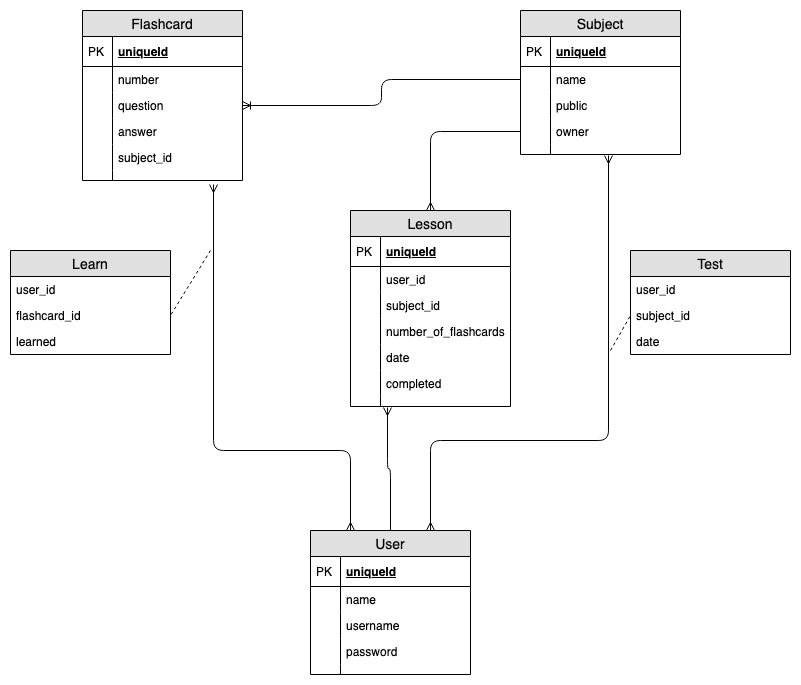
This is docs/img/database_uml.png from acsibacsi/tancify, a draw.io export, as it was before one commit. Source tidied: cells renumbered, new cells last; positions are measured from the earlier drawing's top-left corner, leaving out a move shared by most shapes.
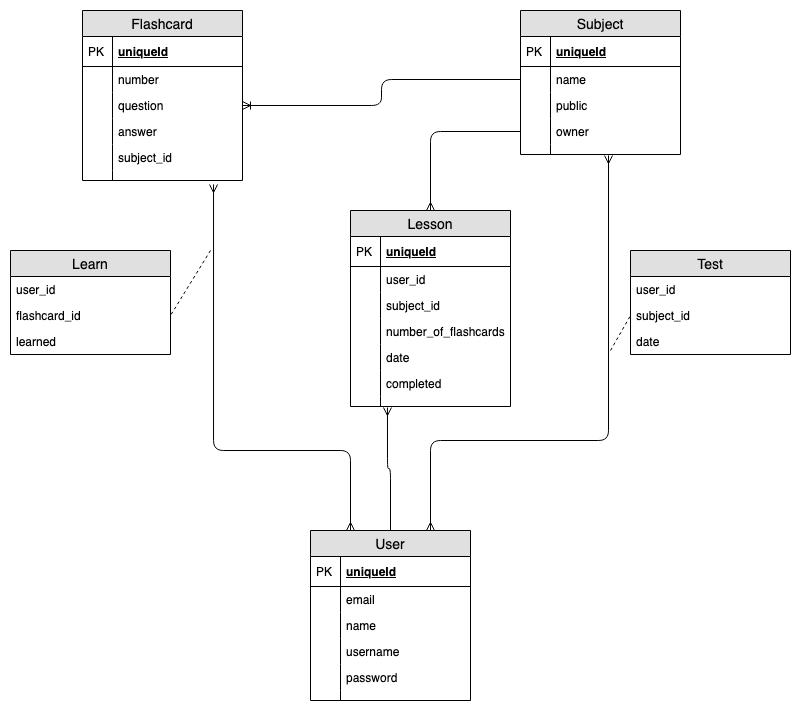
After the change.

What changed in the source:
```diff
@@ -78,7 +78,7 @@
       <mxGeometry relative="1" as="geometry" />
     </mxCell>
     <mxCell id="27" value="User" style="swimlane;fontStyle=0;horizontal=1;startSize=26;fillColor=#e0e0e0;swimlaneFillColor=#ffffff;align=center;fontSize=14;" parent="1" vertex="1">
-      <mxGeometry x="300" y="520" width="160" height="144" as="geometry" />
+      <mxGeometry x="300" y="520" width="160" height="170" as="geometry" />
     </mxCell>
     <mxCell id="28" value="uniqueId" style="shape=partialRectangle;top=0;left=0;right=0;bottom=1;align=left;verticalAlign=middle;fillColor=none;spacingLeft=34;spacingRight=4;overflow=hidden;fontStyle=5;fontSize=12;" parent="27" vertex="1">
       <mxGeometry y="26" width="160" height="30" as="geometry" />
@@ -86,26 +86,32 @@
     <mxCell id="29" value="PK" style="shape=partialRectangle;top=0;left=0;bottom=0;fillColor=none;align=left;verticalAlign=middle;spacingLeft=4;spacingRight=4;overflow=hidden;fontSize=12;" parent="28" vertex="1">
       <mxGeometry width="30" height="30" as="geometry" />
     </mxCell>
+    <mxCell id="67" value="email" style="shape=partialRectangle;top=0;left=0;right=0;bottom=0;align=left;verticalAlign=top;fillColor=none;spacingLeft=34;spacingRight=4;overflow=hidden;fontSize=12;" parent="27" vertex="1">
+      <mxGeometry y="56" width="160" height="26" as="geometry" />
+    </mxCell>
+    <mxCell id="68" style="shape=partialRectangle;top=0;left=0;bottom=0;fillColor=none;align=left;verticalAlign=top;spacingLeft=4;spacingRight=4;overflow=hidden;fontSize=12;" parent="67" vertex="1">
+      <mxGeometry width="30" height="26" as="geometry" />
+    </mxCell>
     <mxCell id="30" value="name" style="shape=partialRectangle;top=0;left=0;right=0;bottom=0;align=left;verticalAlign=top;fillColor=none;spacingLeft=34;spacingRight=4;overflow=hidden;fontSize=12;" parent="27" vertex="1">
-      <mxGeometry y="56" width="160" height="26" as="geometry" />
+      <mxGeometry y="82" width="160" height="26" as="geometry" />
     </mxCell>
     <mxCell id="31" style="shape=partialRectangle;top=0;left=0;bottom=0;fillColor=none;align=left;verticalAlign=top;spacingLeft=4;spacingRight=4;overflow=hidden;fontSize=12;" parent="30" vertex="1">
       <mxGeometry width="30" height="26" as="geometry" />
     </mxCell>
     <mxCell id="32" value="username" style="shape=partialRectangle;top=0;left=0;right=0;bottom=0;align=left;verticalAlign=top;fillColor=none;spacingLeft=34;spacingRight=4;overflow=hidden;fontSize=12;" parent="27" vertex="1">
-      <mxGeometry y="82" width="160" height="26" as="geometry" />
+      <mxGeometry y="108" width="160" height="26" as="geometry" />
     </mxCell>
     <mxCell id="33" style="shape=partialRectangle;top=0;left=0;bottom=0;fillColor=none;align=left;verticalAlign=top;spacingLeft=4;spacingRight=4;overflow=hidden;fontSize=12;" parent="32" vertex="1">
       <mxGeometry width="30" height="26" as="geometry" />
     </mxCell>
     <mxCell id="34" value="password" style="shape=partialRectangle;top=0;left=0;right=0;bottom=0;align=left;verticalAlign=top;fillColor=none;spacingLeft=34;spacingRight=4;overflow=hidden;fontSize=12;" parent="27" vertex="1">
-      <mxGeometry y="108" width="160" height="26" as="geometry" />
+      <mxGeometry y="134" width="160" height="26" as="geometry" />
     </mxCell>
     <mxCell id="35" style="shape=partialRectangle;top=0;left=0;bottom=0;fillColor=none;align=left;verticalAlign=top;spacingLeft=4;spacingRight=4;overflow=hidden;fontSize=12;" parent="34" vertex="1">
       <mxGeometry width="30" height="26" as="geometry" />
     </mxCell>
     <mxCell id="36" style="shape=partialRectangle;top=0;left=0;right=0;bottom=0;align=left;verticalAlign=top;fillColor=none;spacingLeft=34;spacingRight=4;overflow=hidden;fontSize=12;" parent="27" vertex="1">
-      <mxGeometry y="134" width="160" height="10" as="geometry" />
+      <mxGeometry y="160" width="160" height="10" as="geometry" />
     </mxCell>
     <mxCell id="37" style="shape=partialRectangle;top=0;left=0;bottom=0;fillColor=none;align=left;verticalAlign=top;spacingLeft=4;spacingRight=4;overflow=hidden;fontSize=12;" parent="36" vertex="1">
       <mxGeometry width="30" height="10" as="geometry" />
```
